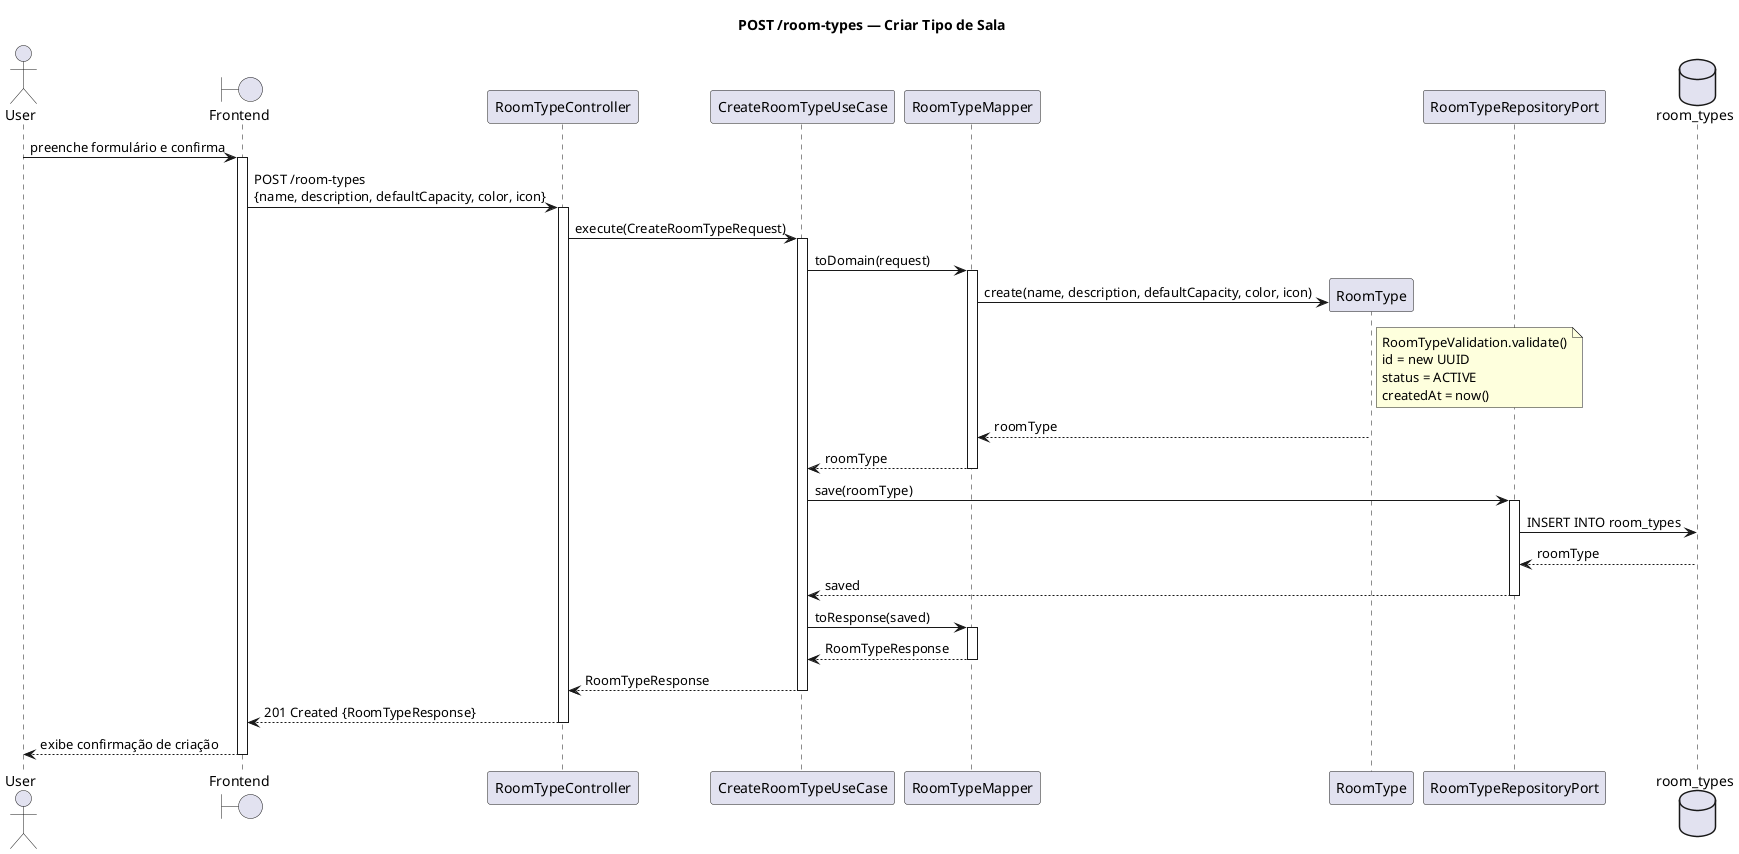
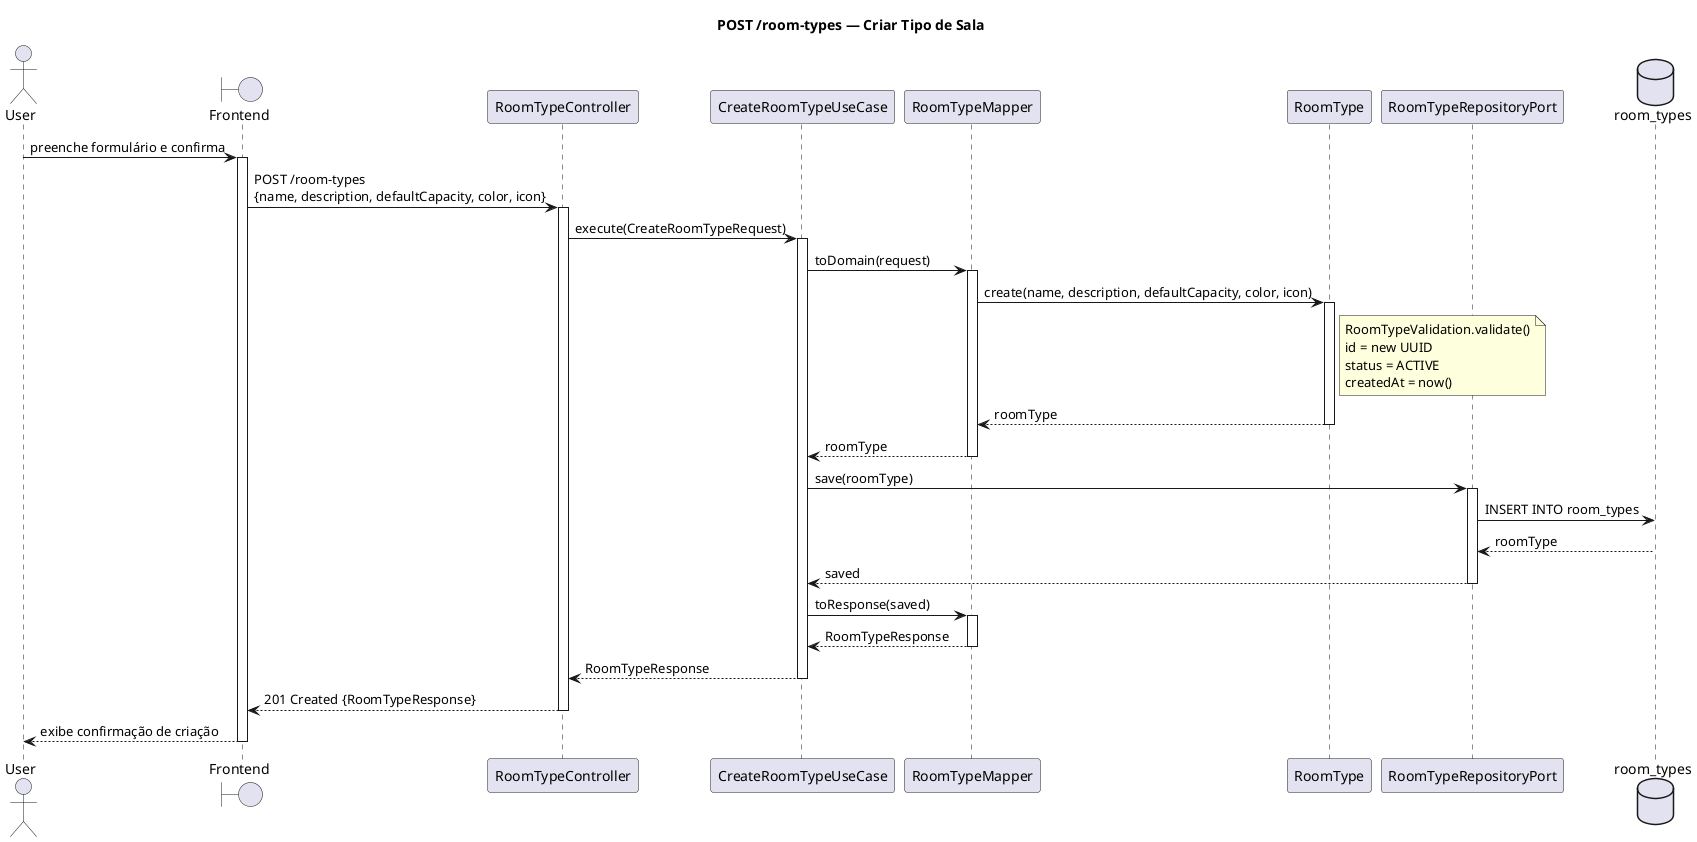
@startuml create_room_type

title POST /room-types — Criar Tipo de Sala

actor User
boundary "Frontend" as FE
participant "RoomTypeController" as Ctrl
participant "CreateRoomTypeUseCase" as UC
participant "RoomTypeMapper" as Mapper
participant "RoomType" as Entity
participant "RoomTypeRepositoryPort" as Repo
database "room_types" as DB

User -> FE: preenche formulário e confirma
activate FE
FE -> Ctrl: POST /room-types\n{name, description, defaultCapacity, color, icon}
activate Ctrl

Ctrl -> UC: execute(CreateRoomTypeRequest)
activate UC

UC -> Mapper: toDomain(request)
activate Mapper
- Mapper -> Entity **: create(name, description, defaultCapacity, color, icon)
+ Mapper -> Entity: create(name, description, defaultCapacity, color, icon)
+ activate Entity
note right of Entity: RoomTypeValidation.validate()\nid = new UUID\nstatus = ACTIVE\ncreatedAt = now()
Entity --> Mapper: roomType
+ deactivate Entity
Mapper --> UC: roomType
deactivate Mapper

UC -> Repo: save(roomType)
activate Repo
Repo -> DB: INSERT INTO room_types
DB --> Repo: roomType
Repo --> UC: saved
deactivate Repo

UC -> Mapper: toResponse(saved)
activate Mapper
Mapper --> UC: RoomTypeResponse
deactivate Mapper

UC --> Ctrl: RoomTypeResponse
deactivate UC

Ctrl --> FE: 201 Created {RoomTypeResponse}
deactivate Ctrl
FE --> User: exibe confirmação de criação
deactivate FE

@enduml
